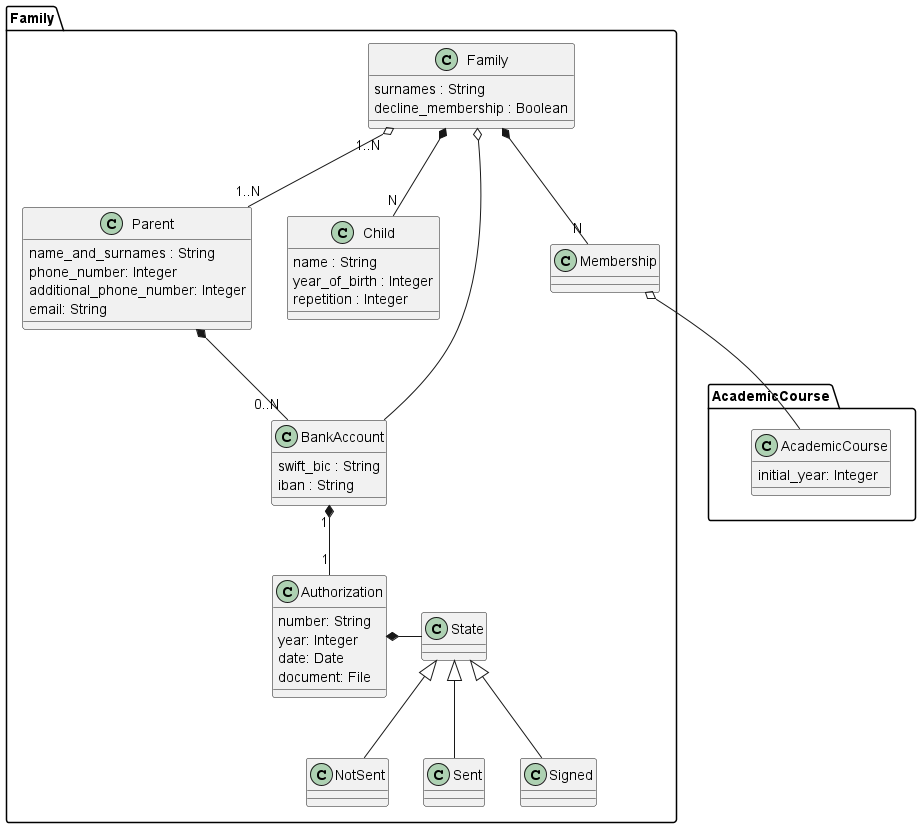
Before: doc/DomainModelDiagram/FamilyPackage/FamilyPackage.png, a diagram exported from PlantUML (IgnacioMaestro/ampa-manager).
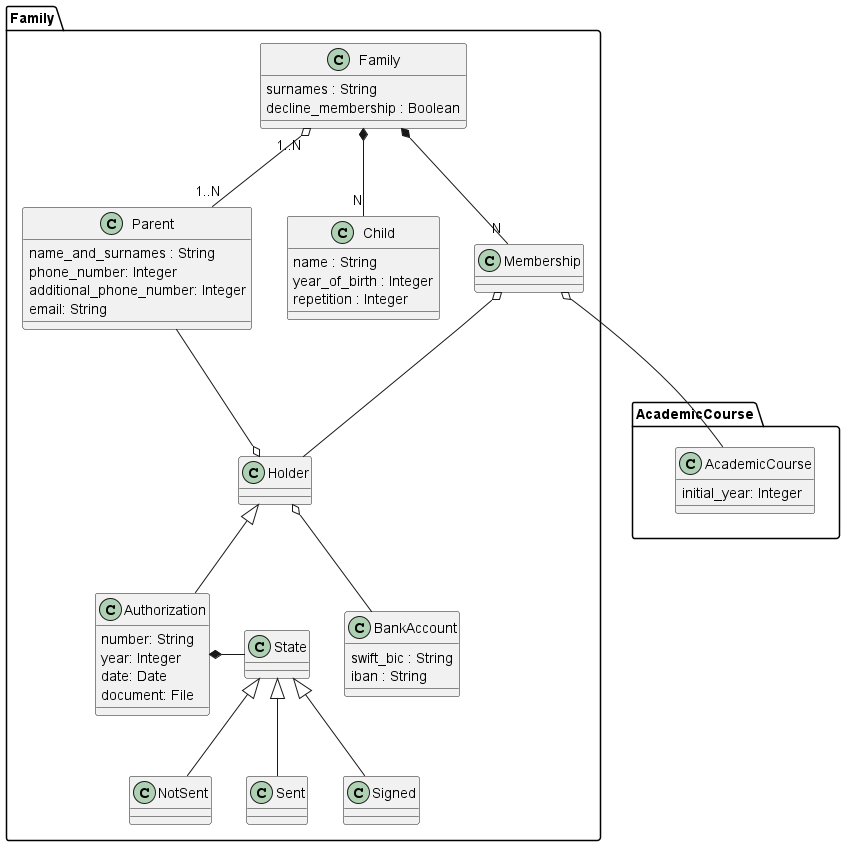
After the change.

The edit, as a diff of the source:
```diff
@@ -1,5 +1,5 @@
 @startuml
-package Family{
+package Family {
   class Family {
     surnames : String
     decline_membership : Boolean
@@ -15,11 +15,12 @@
     year_of_birth : Integer
     repetition : Integer
   }
+  class Holder
   class BankAccount {
     swift_bic : String
     iban : String
   }
-  class Authorization{
+  class Authorization {
     number: String
     year: Integer
     date: Date
@@ -36,17 +37,18 @@
   Authorization *-right- State
 
   class Membership
+  Parent --o Holder: ""
+  Holder o-- BankAccount
+  Membership o-- Holder
 
   Family "1..N" o-- "1..N" Parent
   Family *-- "N" Child
-  Parent *-- "0..N" BankAccount
-  Family o-- BankAccount: ""
-  BankAccount "1" *-- "1" Authorization
+  Holder <|-- Authorization
   Family *-- "N" Membership: ""
   Membership o-- AcademicCourse
 }
 
-package AcademicCourse{
+package AcademicCourse {
   class AcademicCourse {
     initial_year: Integer
   }
```
